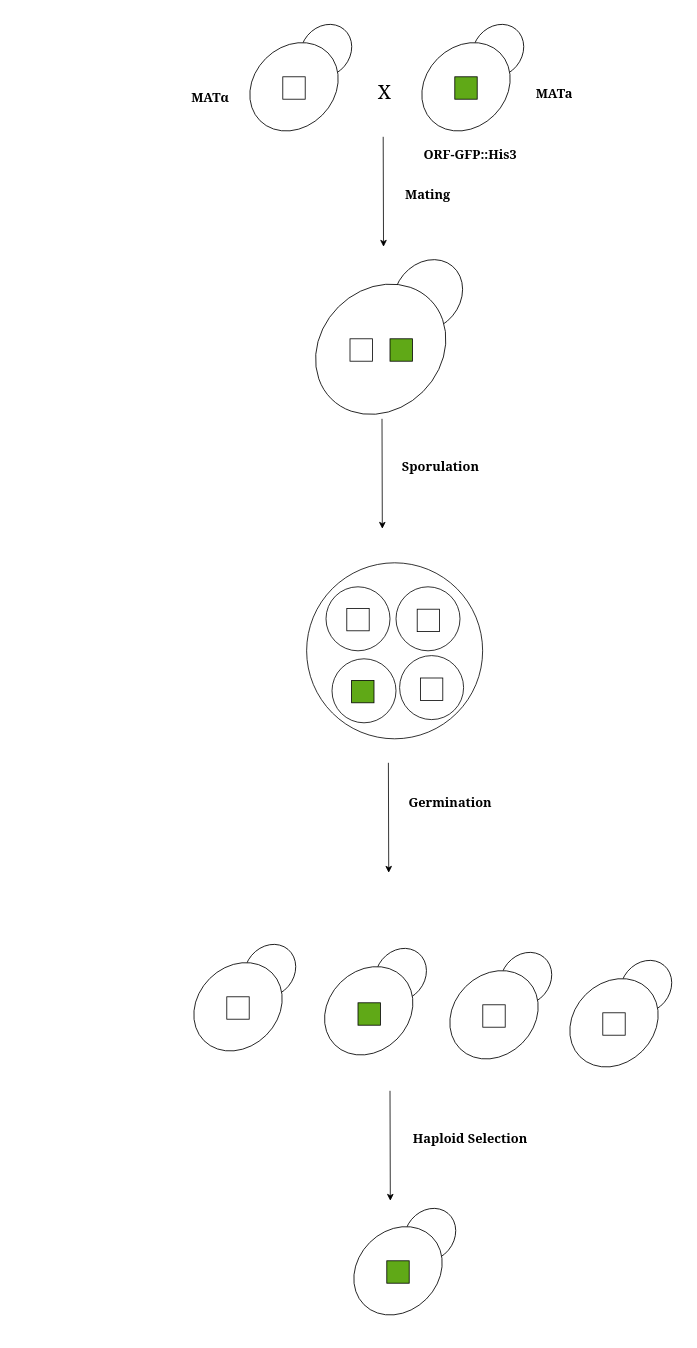
This is sporulation_library.drawio from AcubeSAT/yeast-biology, a draw.io file, before an edit. Source tidied: cells renumbered, new cells numbered last; positions are measured from the earlier drawing's top-left corner, leaving out a move shared by most shapes. Both pictures are drawn from the tidied source at 80%, with x=0, y=0 at pixel (182, 26).
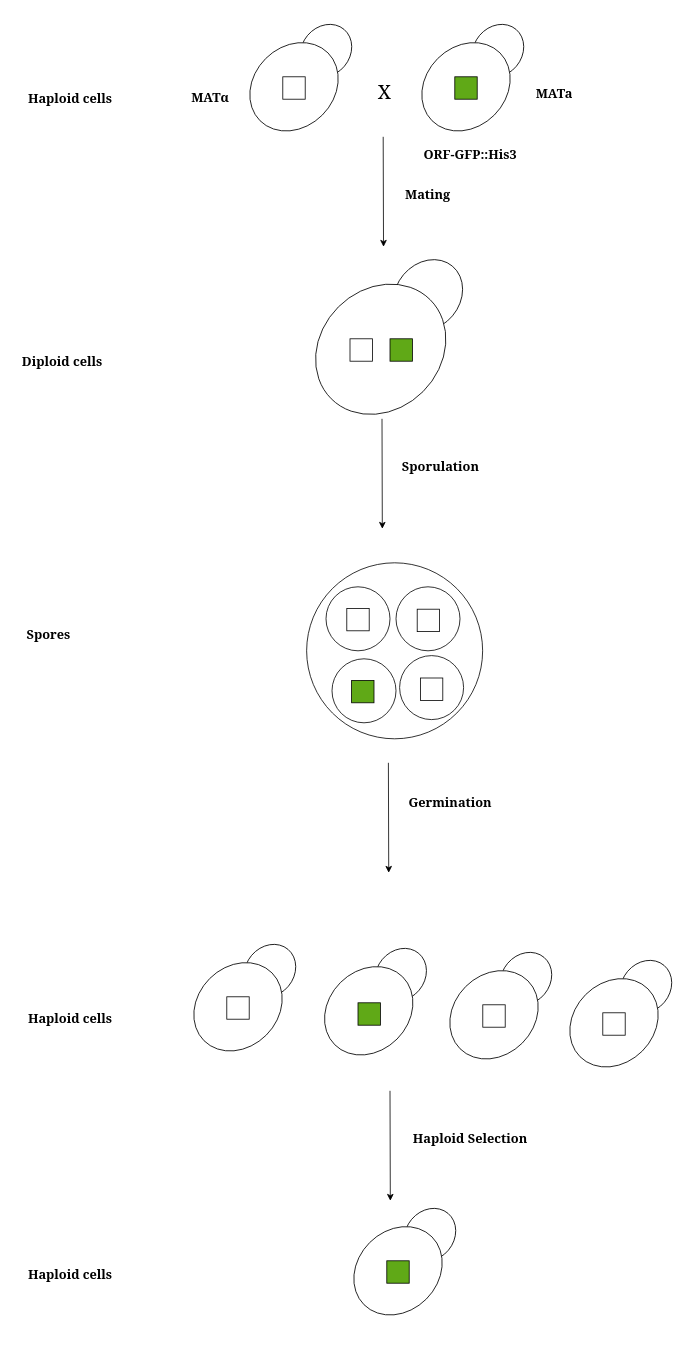
The same page after the edit.

What changed in the source:
```diff
@@
+    <mxCell id="48" value="&lt;font face=&quot;Georgia&quot;&gt;&lt;b&gt;&lt;font style=&quot;font-size: 16px&quot;&gt;Diploid cells&lt;br&gt;&lt;/font&gt;&lt;/b&gt;&lt;/font&gt;" style="text;html=1;align=center;verticalAlign=middle;" parent="1" vertex="1">
+      <mxGeometry x="-210" y="408.1" width="120" height="20" as="geometry" />
+    </mxCell>
+    <mxCell id="49" value="&lt;font face=&quot;Georgia&quot;&gt;&lt;b&gt;&lt;font style=&quot;font-size: 16px&quot;&gt;Spores&lt;br&gt;&lt;/font&gt;&lt;/b&gt;&lt;/font&gt;" style="text;html=1;align=center;verticalAlign=middle;" parent="1" vertex="1">
+      <mxGeometry x="-202" y="750" width="70" height="20" as="geometry" />
+    </mxCell>
+    <mxCell id="50" value="&lt;font face=&quot;Georgia&quot;&gt;&lt;b&gt;&lt;font style=&quot;font-size: 16px&quot;&gt;Haploid cells&lt;br&gt;&lt;/font&gt;&lt;/b&gt;&lt;/font&gt;" style="text;html=1;align=center;verticalAlign=middle;" parent="1" vertex="1">
+      <mxGeometry x="-200" y="80" width="120" height="20" as="geometry" />
+    </mxCell>
+    <mxCell id="51" value="&lt;font face=&quot;Georgia&quot;&gt;&lt;b&gt;&lt;font style=&quot;font-size: 16px&quot;&gt;Haploid cells&lt;br&gt;&lt;/font&gt;&lt;/b&gt;&lt;/font&gt;" style="text;html=1;align=center;verticalAlign=middle;" parent="1" vertex="1">
+      <mxGeometry x="-200" y="1230" width="120" height="20" as="geometry" />
+    </mxCell>
+    <mxCell id="52" value="&lt;font face=&quot;Georgia&quot;&gt;&lt;b&gt;&lt;font style=&quot;font-size: 16px&quot;&gt;Haploid cells&lt;br&gt;&lt;/font&gt;&lt;/b&gt;&lt;/font&gt;" style="text;html=1;align=center;verticalAlign=middle;" parent="1" vertex="1">
+      <mxGeometry x="-200" y="1550" width="120" height="20" as="geometry" />
+    </mxCell>
```
